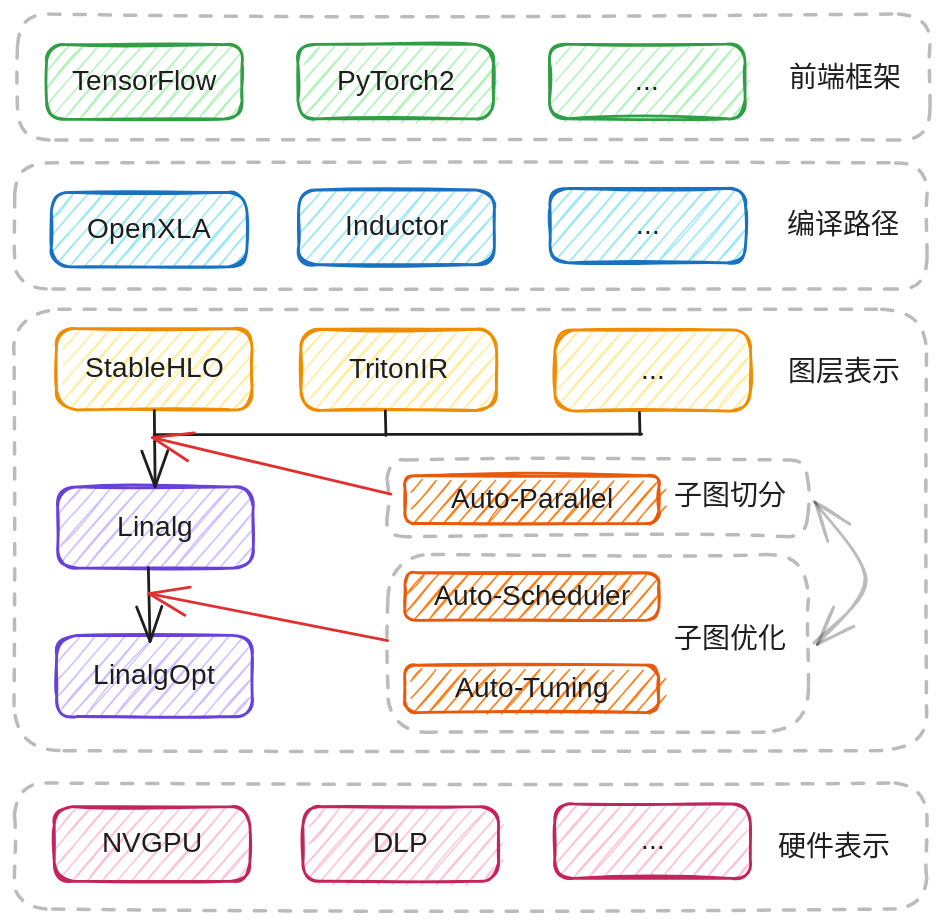
Earlier version of the Excalidraw export assets/img/Meta-Scheduler/mlir_framwork.excalidraw.svg (tfruan2000/tfruan2000.github.io). Source tidied: one line per element, renumbered; positions are measured from the earlier drawing's top-left corner, leaving out a move shared by most shapes.
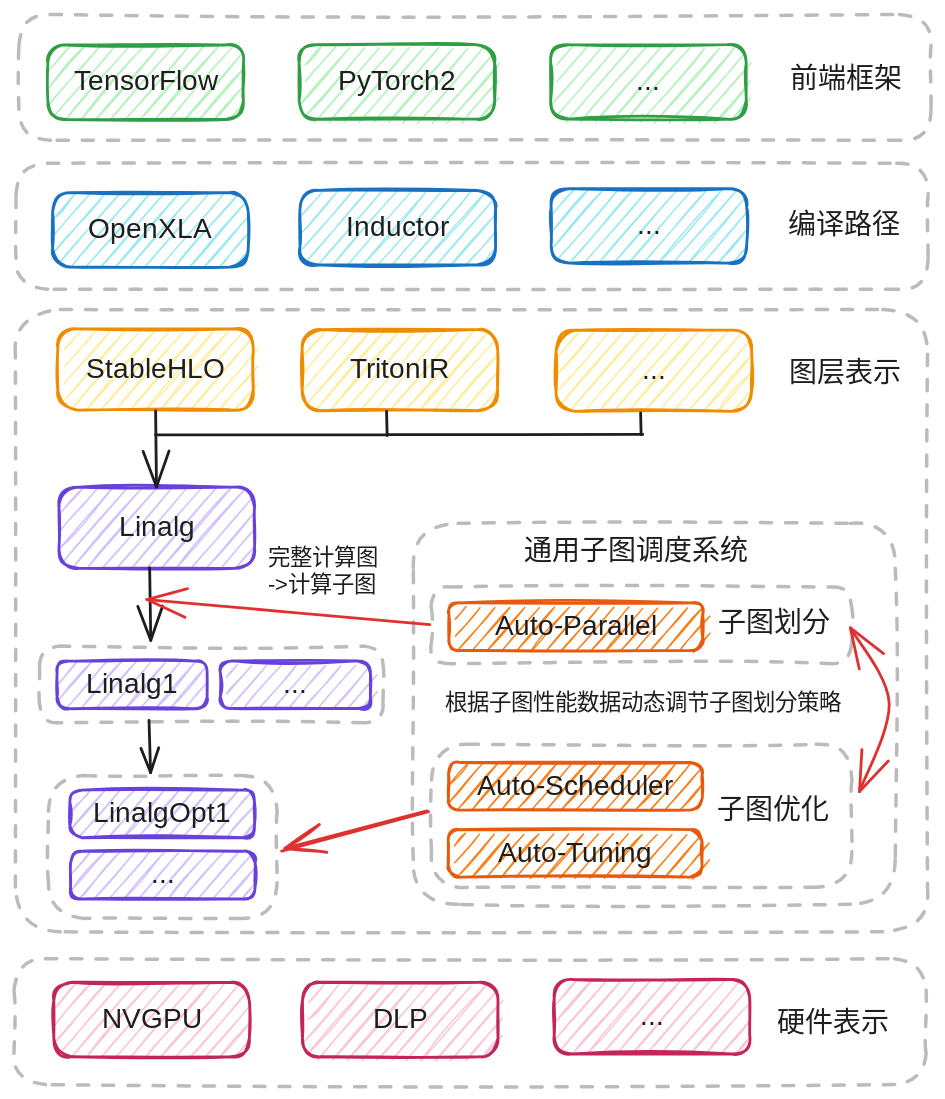
After the change.

What changed in the source:
```diff
@@ -16,40 +16,53 @@
 {"id": 15, "type": "text", "text": "StableHLO", "strokeColor": "#1e1e1e", "strokeWidth": 2, "roughness": 1, "fontSize": 20, "fontFamily": 3, "textAlign": "center", "verticalAlign": "middle", "inside": 14, "x": 47, "y": 242, "width": 105, "height": 24}
 {"id": 16, "type": "rectangle", "strokeColor": "#6741d9", "backgroundColor": "#d0bfff", "fillStyle": "hachure", "strokeWidth": 2, "roughness": 1, "round": true, "x": 31, "y": 338, "width": 140, "height": 58}
 {"id": 17, "type": "text", "text": "Linalg", "strokeColor": "#1e1e1e", "strokeWidth": 2, "roughness": 1, "fontSize": 20, "fontFamily": 3, "textAlign": "center", "verticalAlign": "middle", "inside": 16, "x": 66, "y": 355, "width": 70, "height": 24}
-{"id": 18, "type": "rectangle", "strokeColor": "#6741d9", "backgroundColor": "#d0bfff", "fillStyle": "hachure", "strokeWidth": 2, "roughness": 1, "round": true, "x": 30, "y": 444, "width": 140, "height": 58}
-{"id": 19, "type": "text", "text": "LinalgOpt", "strokeColor": "#1e1e1e", "strokeWidth": 2, "roughness": 1, "fontSize": 20, "fontFamily": 3, "textAlign": "center", "verticalAlign": "middle", "inside": 18, "x": 48, "y": 461, "width": 105, "height": 24}
-{"id": 20, "type": "rectangle", "strokeColor": "#c2255c", "backgroundColor": "#fcc2d7", "fillStyle": "hachure", "strokeWidth": 2, "roughness": 1, "round": true, "x": 206, "y": 566, "width": 140, "height": 53}
+{"id": 20, "type": "rectangle", "strokeColor": "#c2255c", "backgroundColor": "#fcc2d7", "fillStyle": "hachure", "strokeWidth": 2, "roughness": 1, "round": true, "x": 205, "y": 692, "width": 140, "height": 53}
-{"id": 21, "type": "text", "text": "DLP", "strokeColor": "#1e1e1e", "strokeWidth": 2, "roughness": 1, "fontSize": 20, "fontFamily": 3, "textAlign": "center", "verticalAlign": "middle", "inside": 20, "x": 259, "y": 581, "width": 35, "height": 24}
+{"id": 21, "type": "text", "text": "DLP", "strokeColor": "#1e1e1e", "strokeWidth": 2, "roughness": 1, "fontSize": 20, "fontFamily": 3, "textAlign": "center", "verticalAlign": "middle", "inside": 20, "x": 257, "y": 706, "width": 35, "height": 24}
-{"id": 22, "type": "rectangle", "strokeColor": "#c2255c", "backgroundColor": "#fcc2d7", "fillStyle": "hachure", "strokeWidth": 2, "roughness": 1, "round": true, "x": 29, "y": 566, "width": 140, "height": 53}
+{"id": 22, "type": "rectangle", "strokeColor": "#c2255c", "backgroundColor": "#fcc2d7", "fillStyle": "hachure", "strokeWidth": 2, "roughness": 1, "round": true, "x": 27, "y": 692, "width": 140, "height": 53}
-{"id": 23, "type": "text", "text": "NVGPU", "strokeColor": "#1e1e1e", "strokeWidth": 2, "roughness": 1, "fontSize": 20, "fontFamily": 3, "textAlign": "center", "verticalAlign": "middle", "inside": 22, "x": 69, "y": 581, "width": 59, "height": 24}
+{"id": 23, "type": "text", "text": "NVGPU", "strokeColor": "#1e1e1e", "strokeWidth": 2, "roughness": 1, "fontSize": 20, "fontFamily": 3, "textAlign": "center", "verticalAlign": "middle", "inside": 22, "x": 68, "y": 706, "width": 59, "height": 24}
-{"id": 24, "type": "rectangle", "strokeColor": "#c2255c", "backgroundColor": "#fcc2d7", "fillStyle": "hachure", "strokeWidth": 2, "roughness": 1, "round": true, "x": 386, "y": 564, "width": 140, "height": 53}
+{"id": 24, "type": "rectangle", "strokeColor": "#c2255c", "backgroundColor": "#fcc2d7", "fillStyle": "hachure", "strokeWidth": 2, "roughness": 1, "round": true, "x": 385, "y": 690, "width": 140, "height": 53}
-{"id": 25, "type": "text", "text": "...", "strokeColor": "#1e1e1e", "strokeWidth": 2, "roughness": 1, "fontSize": 20, "fontFamily": 3, "textAlign": "center", "verticalAlign": "middle", "inside": 24, "x": 438, "y": 579, "width": 35, "height": 24}
+{"id": 25, "type": "text", "text": "...", "strokeColor": "#1e1e1e", "strokeWidth": 2, "roughness": 1, "fontSize": 20, "fontFamily": 3, "textAlign": "center", "verticalAlign": "middle", "inside": 24, "x": 437, "y": 704, "width": 35, "height": 24}
 {"id": 26, "type": "rectangle", "strokeColor": "#1e1e1e", "strokeWidth": 2, "strokeStyle": "dashed", "roughness": 1, "opacity": 30, "round": true, "x": 2, "y": 0, "width": 652, "height": 90}
 {"id": 27, "type": "text", "text": "前端框架", "strokeColor": "#1e1e1e", "backgroundColor": "#fcc2d7", "fillStyle": "hachure", "strokeWidth": 2, "strokeStyle": "dashed", "roughness": 1, "fontSize": 20, "fontFamily": 3, "x": 553, "y": 35, "width": 80, "height": 24}
 {"id": 28, "type": "rectangle", "strokeColor": "#1e1e1e", "strokeWidth": 2, "strokeStyle": "dashed", "roughness": 1, "opacity": 30, "round": true, "x": 0, "y": 106, "width": 652, "height": 90}
 {"id": 29, "type": "text", "text": "编译路径", "strokeColor": "#1e1e1e", "backgroundColor": "#fcc2d7", "fillStyle": "hachure", "strokeWidth": 2, "strokeStyle": "dashed", "roughness": 1, "fontSize": 20, "fontFamily": 3, "x": 552, "y": 139, "width": 80, "height": 24}
-{"id": 30, "type": "rectangle", "strokeColor": "#1e1e1e", "strokeWidth": 2, "strokeStyle": "dashed", "roughness": 1, "opacity": 30, "round": true, "x": 0, "y": 211, "width": 652, "height": 315}
+{"id": 30, "type": "rectangle", "strokeColor": "#1e1e1e", "strokeWidth": 2, "strokeStyle": "dashed", "roughness": 1, "opacity": 30, "round": true, "x": 0, "y": 211, "width": 652, "height": 445}
 {"id": 31, "type": "rectangle", "strokeColor": "#f08c00", "backgroundColor": "#ffec99", "fillStyle": "hachure", "strokeWidth": 2, "roughness": 1, "round": true, "x": 386, "y": 226, "width": 140, "height": 58}
 {"id": 32, "type": "text", "text": "...", "strokeColor": "#1e1e1e", "strokeWidth": 2, "roughness": 1, "fontSize": 20, "fontFamily": 3, "textAlign": "center", "verticalAlign": "middle", "inside": 31, "x": 439, "y": 243, "width": 35, "height": 24}
 {"id": 33, "type": "text", "text": "图层表示", "strokeColor": "#1e1e1e", "backgroundColor": "#fcc2d7", "fillStyle": "hachure", "strokeWidth": 2, "strokeStyle": "dashed", "roughness": 1, "fontSize": 20, "fontFamily": 3, "x": 553, "y": 245, "width": 80, "height": 24}
-{"id": 34, "type": "rectangle", "strokeColor": "#e8590c", "backgroundColor": "#fd7e14", "fillStyle": "hachure", "strokeWidth": 2, "roughness": 1, "round": true, "x": 279, "y": 465, "width": 181, "height": 34}
+{"id": 34, "type": "rectangle", "strokeColor": "#e8590c", "backgroundColor": "#fd7e14", "fillStyle": "hachure", "strokeWidth": 2, "roughness": 1, "round": true, "x": 309, "y": 582, "width": 181, "height": 34}
-{"id": 35, "type": "text", "text": "Auto-Tuning", "strokeColor": "#1e1e1e", "strokeWidth": 2, "roughness": 1, "fontSize": 20, "fontFamily": 3, "textAlign": "center", "verticalAlign": "middle", "inside": 34, "x": 305, "y": 470, "width": 129, "height": 24}
+{"id": 35, "type": "text", "text": "Auto-Tuning", "strokeColor": "#1e1e1e", "strokeWidth": 2, "roughness": 1, "fontSize": 20, "fontFamily": 3, "textAlign": "center", "verticalAlign": "middle", "inside": 34, "x": 336, "y": 587, "width": 129, "height": 24}
-{"id": 36, "type": "rectangle", "strokeColor": "#e8590c", "backgroundColor": "#fd7e14", "fillStyle": "hachure", "strokeWidth": 2, "roughness": 1, "round": true, "x": 279, "y": 399, "width": 181, "height": 34}
+{"id": 36, "type": "rectangle", "strokeColor": "#e8590c", "backgroundColor": "#fd7e14", "fillStyle": "hachure", "strokeWidth": 2, "roughness": 1, "round": true, "x": 309, "y": 535, "width": 181, "height": 34}
-{"id": 37, "type": "text", "text": "Auto-Scheduler", "strokeColor": "#1e1e1e", "strokeWidth": 2, "roughness": 1, "fontSize": 20, "fontFamily": 3, "textAlign": "center", "verticalAlign": "middle", "inside": 36, "x": 288, "y": 404, "width": 164, "height": 24}
+{"id": 37, "type": "text", "text": "Auto-Scheduler", "strokeColor": "#1e1e1e", "strokeWidth": 2, "roughness": 1, "fontSize": 20, "fontFamily": 3, "textAlign": "center", "verticalAlign": "middle", "inside": 36, "x": 318, "y": 540, "width": 164, "height": 24}
-{"id": 38, "type": "rectangle", "strokeColor": "#e8590c", "backgroundColor": "#fd7e14", "fillStyle": "hachure", "strokeWidth": 2, "roughness": 1, "round": true, "x": 279, "y": 330, "width": 181, "height": 34}
+{"id": 38, "type": "rectangle", "strokeColor": "#e8590c", "backgroundColor": "#fd7e14", "fillStyle": "hachure", "strokeWidth": 2, "roughness": 1, "round": true, "x": 310, "y": 420, "width": 181, "height": 34}
-{"id": 39, "type": "text", "text": "Auto-Parallel", "strokeColor": "#1e1e1e", "strokeWidth": 2, "roughness": 1, "fontSize": 20, "fontFamily": 3, "textAlign": "center", "verticalAlign": "middle", "inside": 38, "x": 294, "y": 335, "width": 152, "height": 24}
+{"id": 39, "type": "text", "text": "Auto-Parallel", "strokeColor": "#1e1e1e", "strokeWidth": 2, "roughness": 1, "fontSize": 20, "fontFamily": 3, "textAlign": "center", "verticalAlign": "middle", "inside": 38, "x": 324, "y": 425, "width": 152, "height": 24}
-{"id": 40, "type": "rectangle", "strokeColor": "#1e1e1e", "strokeWidth": 2, "strokeStyle": "dashed", "roughness": 1, "opacity": 30, "round": true, "x": 267, "y": 386, "width": 300, "height": 127}
+{"id": 40, "type": "rectangle", "strokeColor": "#1e1e1e", "strokeWidth": 2, "strokeStyle": "dashed", "roughness": 1, "opacity": 30, "round": true, "x": 297, "y": 522, "width": 300, "height": 102}
-{"id": 41, "type": "text", "text": "子图优化", "strokeColor": "#1e1e1e", "backgroundColor": "#fcc2d7", "fillStyle": "hachure", "strokeWidth": 2, "strokeStyle": "dashed", "roughness": 1, "fontSize": 20, "fontFamily": 3, "x": 472, "y": 435, "width": 80, "height": 24}
+{"id": 41, "type": "text", "text": "子图优化", "strokeColor": "#1e1e1e", "backgroundColor": "#fcc2d7", "fillStyle": "hachure", "strokeWidth": 2, "strokeStyle": "dashed", "roughness": 1, "fontSize": 20, "fontFamily": 3, "x": 502, "y": 557, "width": 80, "height": 24}
-{"id": 42, "type": "rectangle", "strokeColor": "#1e1e1e", "strokeWidth": 2, "strokeStyle": "dashed", "roughness": 1, "opacity": 30, "round": true, "x": 266, "y": 319, "width": 300, "height": 55}
+{"id": 42, "type": "rectangle", "strokeColor": "#1e1e1e", "strokeWidth": 2, "strokeStyle": "dashed", "roughness": 1, "opacity": 30, "round": true, "x": 297, "y": 409, "width": 300, "height": 55}
-{"id": 43, "type": "text", "text": "子图切分", "strokeColor": "#1e1e1e", "backgroundColor": "#fcc2d7", "fillStyle": "hachure", "strokeWidth": 2, "strokeStyle": "dashed", "roughness": 1, "fontSize": 20, "fontFamily": 3, "x": 472, "y": 333, "width": 80, "height": 24}
+{"id": 43, "type": "text", "text": "子图划分", "strokeColor": "#1e1e1e", "backgroundColor": "#fcc2d7", "fillStyle": "hachure", "strokeWidth": 2, "strokeStyle": "dashed", "roughness": 1, "fontSize": 20, "fontFamily": 3, "x": 502, "y": 423, "width": 80, "height": 24}
-{"id": 44, "type": "rectangle", "strokeColor": "#1e1e1e", "strokeWidth": 2, "strokeStyle": "dashed", "roughness": 1, "opacity": 30, "round": true, "x": 0, "y": 549, "width": 652, "height": 90}
+{"id": 44, "type": "rectangle", "strokeColor": "#1e1e1e", "strokeWidth": 2, "strokeStyle": "dashed", "roughness": 1, "opacity": 30, "round": true, "x": -1, "y": 675, "width": 652, "height": 90}
-{"id": 45, "type": "text", "text": "硬件表示", "strokeColor": "#1e1e1e", "backgroundColor": "#fcc2d7", "fillStyle": "hachure", "strokeWidth": 2, "strokeStyle": "dashed", "roughness": 1, "fontSize": 20, "fontFamily": 3, "x": 546, "y": 583, "width": 80, "height": 24}
+{"id": 45, "type": "text", "text": "硬件表示", "strokeColor": "#1e1e1e", "backgroundColor": "#fcc2d7", "fillStyle": "hachure", "strokeWidth": 2, "strokeStyle": "dashed", "roughness": 1, "fontSize": 20, "fontFamily": 3, "x": 544, "y": 709, "width": 80, "height": 24}
 {"id": 46, "type": "arrow", "strokeColor": "#1e1e1e", "backgroundColor": "#fd7e14", "fillStyle": "hachure", "strokeWidth": 2, "roughness": 0, "endArrowhead": "arrow", "round": true, "from": 14, "to": 16, "x": 100, "y": 283, "width": 1, "height": 54, "points": [[0, 0], [1, 54]]}
 {"id": 47, "type": "line", "strokeColor": "#1e1e1e", "backgroundColor": "#fd7e14", "fillStyle": "hachure", "strokeWidth": 2, "roughness": 0, "round": true, "x": 265, "y": 283, "width": 0, "height": 18, "points": [[0, 0], [0, 18]]}
 {"id": 48, "type": "line", "strokeColor": "#1e1e1e", "backgroundColor": "#fd7e14", "fillStyle": "hachure", "strokeWidth": 2, "roughness": 0, "round": true, "x": 265, "y": 300, "width": 165, "height": 0, "points": [[0, 0], [-165, 0]]}
 {"id": 49, "type": "line", "strokeColor": "#1e1e1e", "backgroundColor": "#fd7e14", "fillStyle": "hachure", "strokeWidth": 2, "roughness": 0, "round": true, "x": 447, "y": 285, "width": 0, "height": 16, "points": [[0, 0], [0, 16]]}
 {"id": 50, "type": "line", "strokeColor": "#1e1e1e", "backgroundColor": "#fd7e14", "fillStyle": "hachure", "strokeWidth": 2, "roughness": 0, "round": true, "x": 448, "y": 300, "width": 183, "height": 0, "points": [[0, 0], [-183, 0]]}
-{"id": 51, "type": "arrow", "strokeColor": "#1e1e1e", "backgroundColor": "#fd7e14", "fillStyle": "hachure", "strokeWidth": 2, "roughness": 0, "endArrowhead": "arrow", "round": true, "x": 96, "y": 395, "width": 1, "height": 53, "points": [[0, 0], [1, 53]]}
+{"id": 51, "type": "arrow", "strokeColor": "#1e1e1e", "backgroundColor": "#fd7e14", "fillStyle": "hachure", "strokeWidth": 2, "roughness": 0, "endArrowhead": "arrow", "round": true, "to": 58, "x": 96, "y": 395, "width": 1, "height": 52, "points": [[0, 0], [1, 52]]}
-{"id": 52, "type": "arrow", "strokeColor": "#e03131", "backgroundColor": "#fd7e14", "fillStyle": "hachure", "strokeWidth": 2, "roughness": 0, "endArrowhead": "arrow", "round": true, "from": 38, "x": 269, "y": 343, "width": 170, "height": 40, "points": [[0, 0], [-170, -40]]}
-{"id": 53, "type": "arrow", "strokeColor": "#e03131", "backgroundColor": "#fd7e14", "fillStyle": "hachure", "strokeWidth": 2, "roughness": 0, "endArrowhead": "arrow", "round": true, "from": 40, "x": 267, "y": 448, "width": 171, "height": 34, "points": [[0, 0], [-171, -34]]}
-{"id": 54, "type": "arrow", "strokeColor": "#1e1e1e", "backgroundColor": "#fd7e14", "fillStyle": "hachure", "strokeWidth": 2, "roughness": 1, "opacity": 30, "startArrowhead": "arrow", "endArrowhead": "arrow", "round": true, "from": 42, "to": 40, "x": 571, "y": 349, "width": 37, "height": 101, "points": [[0, 0], [37, 56], [1, 101]]}
+{"id": 54, "type": "arrow", "strokeColor": "#e03131", "backgroundColor": "#fd7e14", "fillStyle": "hachure", "strokeWidth": 2, "roughness": 0, "startArrowhead": "arrow", "endArrowhead": "arrow", "round": true, "from": 43, "to": 40, "x": 597, "y": 438, "width": 28, "height": 117, "points": [[0, 0], [28, 53], [6, 117]]}
+{"id": 55, "type": "text", "text": "完整计算图\n->计算子图", "strokeColor": "#1e1e1e", "backgroundColor": "#fcc2d7", "fillStyle": "hachure", "strokeWidth": 2, "strokeStyle": "dashed", "roughness": 1, "fontSize": 16, "fontFamily": 3, "x": 180, "y": 379, "width": 83, "height": 38}
+{"id": 56, "type": "rectangle", "strokeColor": "#6741d9", "backgroundColor": "#d0bfff", "fillStyle": "hachure", "strokeWidth": 2, "roughness": 1, "round": true, "x": 30, "y": 462, "width": 107, "height": 34}
+{"id": 57, "type": "text", "text": "Linalg1", "strokeColor": "#1e1e1e", "strokeWidth": 2, "roughness": 1, "fontSize": 20, "fontFamily": 3, "textAlign": "center", "verticalAlign": "middle", "inside": 56, "x": 42, "y": 467, "width": 82, "height": 24}
+{"id": 58, "type": "rectangle", "strokeColor": "#1e1e1e", "strokeWidth": 2, "strokeStyle": "dashed", "roughness": 1, "opacity": 30, "round": true, "x": 17, "y": 451, "width": 246, "height": 55}
+{"id": 59, "type": "rectangle", "strokeColor": "#6741d9", "backgroundColor": "#d0bfff", "fillStyle": "hachure", "strokeWidth": 2, "roughness": 1, "round": true, "x": 146, "y": 462, "width": 107, "height": 34}
+{"id": 60, "type": "text", "text": "...", "strokeColor": "#1e1e1e", "strokeWidth": 2, "roughness": 1, "fontSize": 20, "fontFamily": 3, "textAlign": "center", "verticalAlign": "middle", "inside": 59, "x": 182, "y": 467, "width": 35, "height": 24}
+{"id": 61, "type": "rectangle", "strokeColor": "#1e1e1e", "strokeWidth": 2, "strokeStyle": "dashed", "roughness": 1, "opacity": 30, "round": true, "x": 24, "y": 544, "width": 163, "height": 102}
+{"id": 62, "type": "rectangle", "strokeColor": "#6741d9", "backgroundColor": "#d0bfff", "fillStyle": "hachure", "strokeWidth": 2, "roughness": 1, "round": true, "x": 39, "y": 598, "width": 132, "height": 34}
+{"id": 63, "type": "text", "text": "...", "strokeColor": "#1e1e1e", "strokeWidth": 2, "roughness": 1, "fontSize": 20, "fontFamily": 3, "textAlign": "center", "verticalAlign": "middle", "inside": 62, "x": 88, "y": 603, "width": 35, "height": 24}
+{"id": 64, "type": "rectangle", "strokeColor": "#6741d9", "backgroundColor": "#d0bfff", "fillStyle": "hachure", "strokeWidth": 2, "roughness": 1, "round": true, "x": 39, "y": 554, "width": 132, "height": 34}
+{"id": 65, "type": "text", "text": "LinalgOpt1", "strokeColor": "#1e1e1e", "strokeWidth": 2, "roughness": 1, "fontSize": 20, "fontFamily": 3, "textAlign": "center", "verticalAlign": "middle", "inside": 64, "x": 46, "y": 559, "width": 117, "height": 24}
+{"id": 66, "type": "arrow", "strokeColor": "#1e1e1e", "backgroundColor": "#fd7e14", "fillStyle": "hachure", "strokeWidth": 2, "roughness": 0, "endArrowhead": "arrow", "round": true, "from": 56, "to": 64, "x": 95, "y": 505, "width": 1, "height": 37, "points": [[0, 0], [1, 37]]}
+{"id": 67, "type": "arrow", "strokeColor": "#e03131", "strokeWidth": 2, "roughness": 1, "endArrowhead": "arrow", "round": true, "from": 40, "to": 61, "x": 295, "y": 569, "width": 104, "height": 29, "points": [[0, 0], [-104, 29]]}
+{"id": 68, "type": "rectangle", "strokeColor": "#1e1e1e", "strokeWidth": 2, "strokeStyle": "dashed", "roughness": 1, "opacity": 30, "round": true, "x": 284, "y": 364, "width": 344, "height": 272}
+{"id": 69, "type": "text", "text": "通用子图调度系统", "strokeColor": "#1e1e1e", "backgroundColor": "#fcc2d7", "fillStyle": "hachure", "strokeWidth": 2, "strokeStyle": "dashed", "roughness": 1, "fontSize": 20, "fontFamily": 3, "x": 364, "y": 372, "width": 160, "height": 24}
+{"id": 70, "type": "arrow", "strokeColor": "#e03131", "backgroundColor": "#d0bfff", "fillStyle": "solid", "strokeWidth": 2, "roughness": 0, "endArrowhead": "arrow", "round": true, "from": 42, "x": 296, "y": 436, "width": 202, "height": 18, "points": [[0, 0], [-202, -18]]}
+{"id": 71, "type": "text", "text": "根据子图性能数据动态调节子图划分策略", "strokeColor": "#1e1e1e", "backgroundColor": "#fcc2d7", "fillStyle": "hachure", "strokeWidth": 2, "strokeStyle": "dashed", "roughness": 1, "fontSize": 16, "fontFamily": 3, "x": 307, "y": 483, "width": 288, "height": 19}
```
